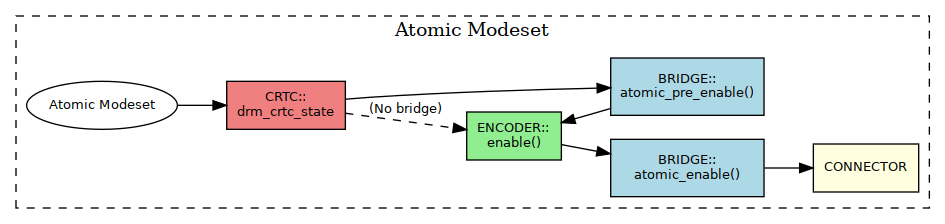
Earlier version of the Graphviz export source/images/hikey970/atomic_modeset.png (lucmann/lucmann.github.io). Its source is kept beside it as source/images/hikey970/atomic_modeset.dot.
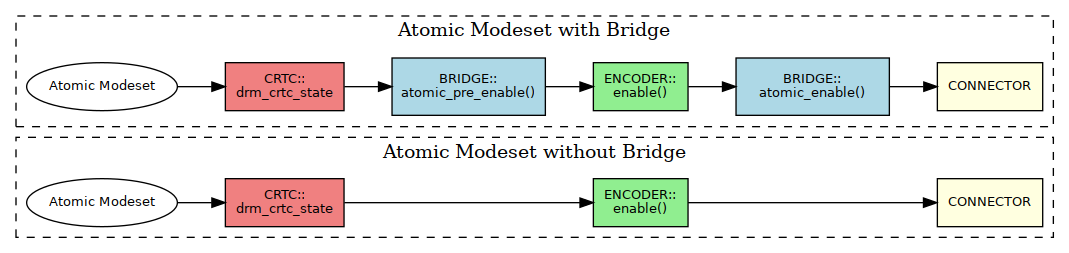
After the change.

Commit message:
hw: hikey: diagram

Change to the diagram source:
```diff
@@ -3,8 +3,22 @@
     node [shape=rectangle, fontname=Helvetica, fontsize=10]
     edge [fontname=Helvetica, fontsize=10]
 
-    subgraph cluster_atomic_modeset {
-        label="Atomic Modeset"
+    subgraph cluster_atomic_modeset_without_bridge {
+        label="Atomic Modeset without Bridge"
+        style=dashed
+
+        _atomic_modeset [label="Atomic Modeset", shape=ellipse]
+        _crtc [label="CRTC::\ndrm_crtc_state", fillcolor=lightcoral, style=filled]
+        _encoder [label="ENCODER::\nenable()", fillcolor=lightgreen, style=filled]
+        _connector [label="CONNECTOR", fillcolor=lightyellow, style=filled]
+
+        _atomic_modeset -> _crtc
+        _crtc -> _encoder [minlen=2]
+        _encoder -> _connector [minlen=2]
+    }
+
+    subgraph cluster_atomic_modeset_with_bridge {
+        label="Atomic Modeset with Bridge"
         style=dashed
 
         atomic_modeset [label="Atomic Modeset", shape=ellipse]
@@ -14,10 +28,7 @@
         bridge [label="BRIDGE::\natomic_enable()", fillcolor=lightblue, style=filled, fixedsize=true, width=1.6, height=0.6]
         connector [label="CONNECTOR", fillcolor=lightyellow, style=filled]
 
-        { rank=same; bridge; bridge_pre; }
-
         atomic_modeset -> crtc
-        crtc -> encoder [style=dashed, label="(No bridge)"]
         crtc -> bridge_pre
         bridge_pre -> encoder
         encoder -> bridge
```
